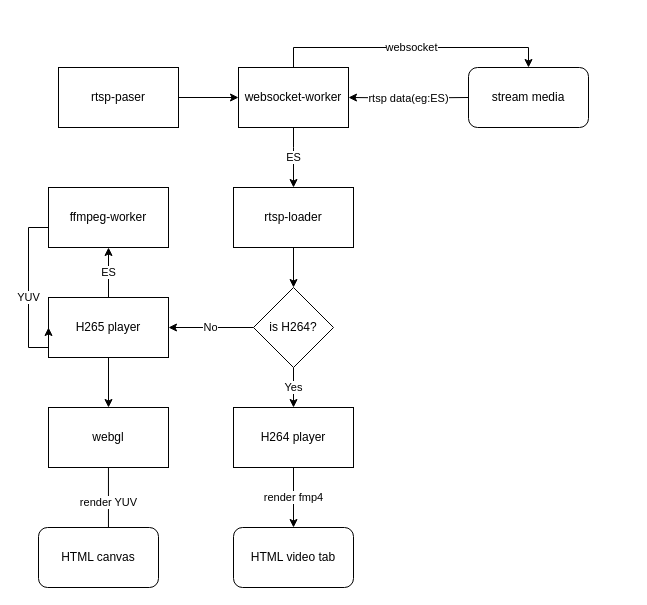
Above: 第4版播放器数据流程图.drawio in JumperMan/jm (draw.io), before the change. Source tidied: cells renumbered, new cells numbered last; positions are measured from the earlier drawing's top-left corner, leaving out a move shared by most shapes. Both pictures are drawn from the tidied source at 100%, with x=0, y=0 at pixel (28, 67).
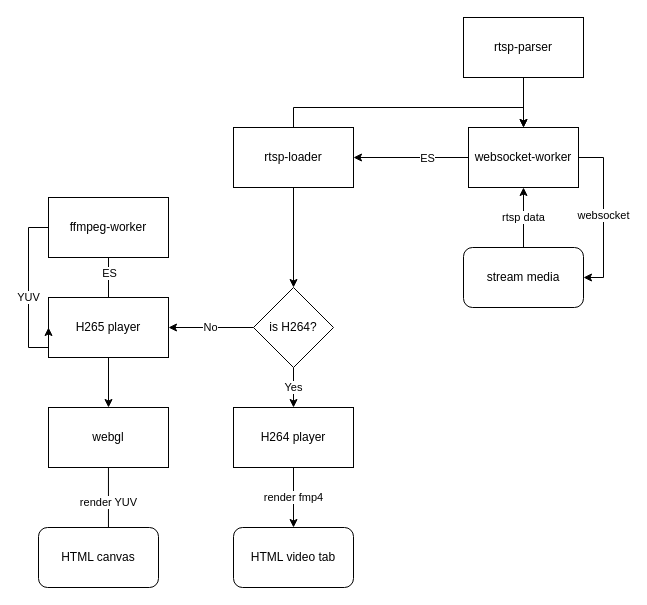
The same diagram, later.

Commit message (it also covers changes not shown here):
Update 第4版播放器数据流程图.drawio

Unchanged cells that the change refers to:
```xml
<mxCell id="16" value="H265 player" style="rounded=0;whiteSpace=wrap;html=1;" parent="1" vertex="1">
  <mxGeometry x="20" y="230" width="120" height="60" as="geometry" />
</mxCell>
```

What changed in the source:
```diff
@@
+    <mxCell id="25" style="edgeStyle=orthogonalEdgeStyle;rounded=0;jettySize=auto;html=1;entryX=0.5;entryY=0;entryDx=0;entryDy=0;" parent="1" edge="1" source="3" target="8">
+      <mxGeometry relative="1" as="geometry">
+        <Array as="points">
+          <mxPoint x="265" y="40" />
+          <mxPoint x="495" y="40" />
+        </Array>
+      </mxGeometry>
+    </mxCell>
     <mxCell id="3" value="rtsp-loader" style="rounded=0;whiteSpace=wrap;html=1;" parent="1" vertex="1">
-      <mxGeometry x="205" y="120" width="120" height="60" as="geometry" />
+      <mxGeometry x="205" y="60" width="120" height="60" as="geometry" />
     </mxCell>
-    <mxCell id="4" style="edgeStyle=orthogonalEdgeStyle;rounded=0;jettySize=auto;html=1;entryX=0;entryY=0.5;entryDx=0;entryDy=0;" parent="1" edge="1" source="5" target="8">
+    <mxCell id="4" style="edgeStyle=orthogonalEdgeStyle;rounded=0;jettySize=auto;html=1;entryX=0.5;entryY=0;entryDx=0;entryDy=0;" parent="1" edge="1" source="5" target="8">
       <mxGeometry relative="1" as="geometry" />
     </mxCell>
-    <mxCell id="5" value="rtsp-paser" style="rounded=0;whiteSpace=wrap;html=1;" parent="1" vertex="1">
-      <mxGeometry x="30" width="120" height="60" as="geometry" />
+    <mxCell id="5" value="rtsp-parser" style="rounded=0;whiteSpace=wrap;html=1;" parent="1" vertex="1">
+      <mxGeometry x="435" y="-50" width="120" height="60" as="geometry" />
     </mxCell>
+    <mxCell id="26" style="edgeStyle=orthogonalEdgeStyle;rounded=0;jettySize=auto;html=1;entryX=1;entryY=0.5;entryDx=0;entryDy=0;" parent="1" edge="1" source="8" target="3">
+      <mxGeometry relative="1" as="geometry" />
+    </mxCell>
+    <mxCell id="7" value="ES" style="edgeLabel;html=1;align=center;verticalAlign=middle;" parent="26" vertex="1">
+      <mxGeometry x="-0.27" relative="1" as="geometry" />
+    </mxCell>
-    <mxCell id="6" value="websocket" style="edgeStyle=orthogonalEdgeStyle;rounded=0;jettySize=auto;html=1;exitX=0.5;exitY=0;exitDx=0;exitDy=0;entryX=0.5;entryY=0;entryDx=0;entryDy=0;" parent="1" edge="1" source="8" target="10">
-      <mxGeometry relative="1" as="geometry" />
+    <mxCell id="6" value="websocket" style="edgeStyle=orthogonalEdgeStyle;rounded=0;jettySize=auto;html=1;entryX=1;entryY=0.5;entryDx=0;entryDy=0;" parent="1" edge="1" source="8" target="10">
+      <mxGeometry relative="1" as="geometry">
+        <Array as="points">
+          <mxPoint x="575" y="90" />
+          <mxPoint x="575" y="210" />
+        </Array>
+      </mxGeometry>
     </mxCell>
-    <mxCell id="7" value="ES" style="edgeStyle=orthogonalEdgeStyle;rounded=0;jettySize=auto;html=1;entryX=0.5;entryY=0;entryDx=0;entryDy=0;" parent="1" edge="1" source="8" target="3">
-      <mxGeometry relative="1" as="geometry">
-        <Array as="points">
-          <mxPoint x="265" y="80" />
-          <mxPoint x="265" y="80" />
-        </Array>
-      </mxGeometry>
-    </mxCell>
     <mxCell id="8" value="websocket-worker" style="rounded=0;whiteSpace=wrap;html=1;" parent="1" vertex="1">
-      <mxGeometry x="210" width="110" height="60" as="geometry" />
+      <mxGeometry x="440" y="60" width="110" height="60" as="geometry" />
     </mxCell>
-    <mxCell id="9" value="rtsp data(eg:ES)" style="edgeStyle=orthogonalEdgeStyle;rounded=0;jettySize=auto;html=1;entryX=1;entryY=0.5;entryDx=0;entryDy=0;" parent="1" edge="1" target="8">
-      <mxGeometry relative="1" as="geometry">
-        <mxPoint x="440" y="30" as="sourcePoint" />
-      </mxGeometry>
-    </mxCell>
+    <mxCell id="27" value="rtsp data" style="edgeStyle=orthogonalEdgeStyle;rounded=0;jettySize=auto;html=1;" parent="1" edge="1" source="10" target="8">
+      <mxGeometry relative="1" as="geometry" />
+    </mxCell>
     <mxCell id="10" value="stream media" style="rounded=1;whiteSpace=wrap;html=1;" parent="1" vertex="1">
-      <mxGeometry x="440" width="120" height="60" as="geometry" />
+      <mxGeometry x="435" y="180" width="120" height="60" as="geometry" />
     </mxCell>
@@
-    <mxCell id="15" value="ES" style="edgeStyle=orthogonalEdgeStyle;rounded=0;jettySize=auto;html=1;entryX=0.5;entryY=1;entryDx=0;entryDy=0;" parent="1" edge="1" source="16" target="24">
-      <mxGeometry relative="1" as="geometry" />
+    <mxCell id="15" value="ES" style="edgeStyle=orthogonalEdgeStyle;rounded=0;jettySize=auto;html=1;entryX=0.5;entryY=1;entryDx=0;entryDy=0;" parent="1" edge="1" source="16">
+      <mxGeometry relative="1" as="geometry">
+        <mxPoint x="80" y="180" as="targetPoint" />
+      </mxGeometry>
     </mxCell>
@@
-    <mxCell id="23" value="YUV" style="edgeStyle=orthogonalEdgeStyle;rounded=0;jettySize=auto;html=1;entryX=0;entryY=0.5;entryDx=0;entryDy=0;" parent="1" edge="1" source="24" target="16">
+    <mxCell id="23" value="YUV" style="edgeStyle=orthogonalEdgeStyle;rounded=0;jettySize=auto;html=1;entryX=0;entryY=0.5;entryDx=0;entryDy=0;" parent="1" edge="1" target="16">
       <mxGeometry relative="1" as="geometry">
+        <mxPoint x="20" y="160" as="sourcePoint" />
         <Array as="points">
           <mxPoint y="160" />
           <mxPoint y="280" />
         </Array>
       </mxGeometry>
     </mxCell>
     <mxCell id="24" value="ffmpeg-worker" style="rounded=0;whiteSpace=wrap;html=1;" parent="1" vertex="1">
-      <mxGeometry x="20" y="120" width="120" height="60" as="geometry" />
+      <mxGeometry x="20" y="130" width="120" height="60" as="geometry" />
     </mxCell>
```
